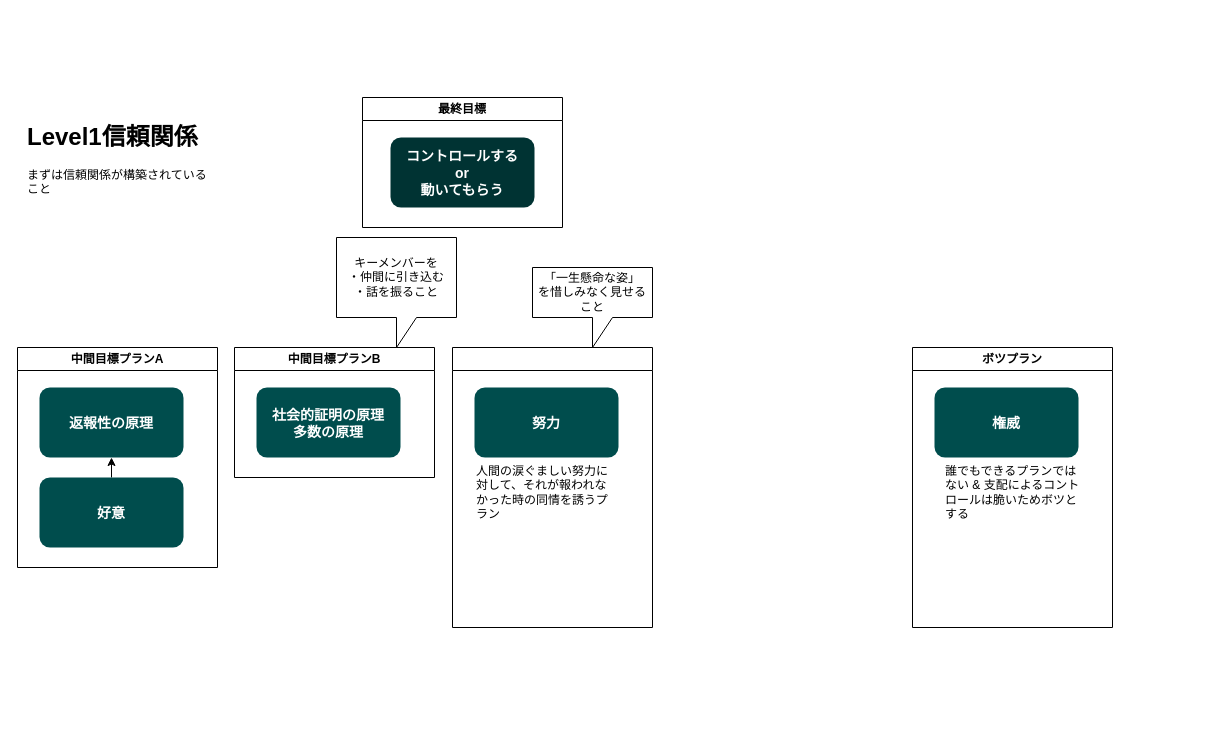
Earlier version of the draw.io diagram examples/SRE.drawio (minegishirei/psy_drawio). Source tidied: cells renumbered, new cells numbered last; positions are measured from the earlier drawing's top-left corner, leaving out a move shared by most shapes. Both pictures are drawn from the tidied source at 100%, with x=0, y=0 at pixel (17, 97).
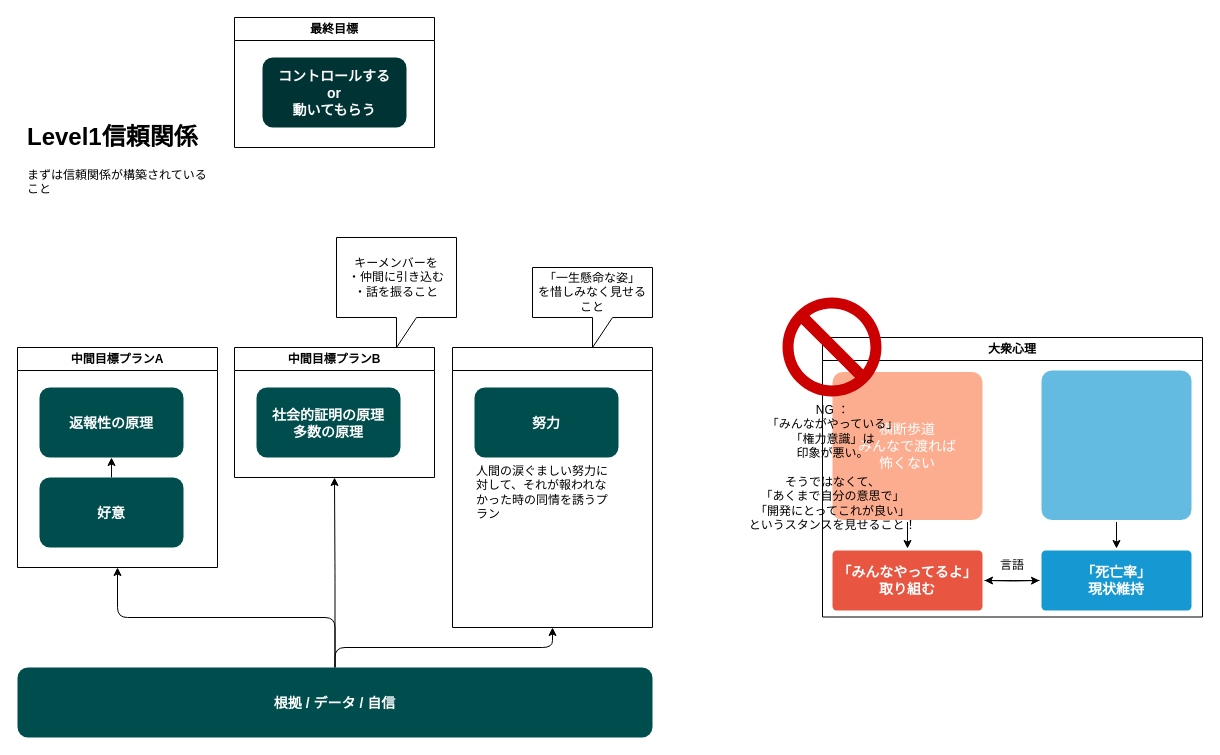
Above is the later version.

Unchanged cells that the change refers to:
```xml
<mxCell id="5" value="中間目標プランA" style="swimlane;whiteSpace=wrap;html=1;fillColor=#FFFFFF;" parent="1" vertex="1">
  <mxGeometry y="250" width="200" height="220" as="geometry" />
</mxCell>
<mxCell id="9" value="中間目標プランB" style="swimlane;whiteSpace=wrap;html=1;fillColor=#FFFFFF;" parent="1" vertex="1">
  <mxGeometry x="217" y="250" width="200" height="130" as="geometry" />
</mxCell>
<mxCell id="14" style="swimlane;whiteSpace=wrap;html=1;fillColor=#FFFFFF;" parent="1" vertex="1">
  <mxGeometry x="435" y="250" width="200" height="280" as="geometry" />
</mxCell>
```

The edit, as a diff of the source:
```diff
@@
     <mxCell id="3" value="最終目標" style="swimlane;whiteSpace=wrap;html=1;fillColor=#FFFFFF;" parent="1" vertex="1">
-      <mxGeometry x="345" width="200" height="130" as="geometry" />
+      <mxGeometry x="217" y="-80" width="200" height="130" as="geometry" />
     </mxCell>
@@
-    <mxCell id="11" value="ボツプラン" style="swimlane;whiteSpace=wrap;html=1;fillColor=#FFFFFF;" parent="1" vertex="1">
-      <mxGeometry x="895" y="250" width="200" height="280" as="geometry" />
-    </mxCell>
-    <mxCell id="12" value="権威" style="rounded=1;fillColor=#004D4D;strokeColor=none;shadow=0;gradientColor=none;fontStyle=1;fontColor=#FFFFFF;fontSize=14;" parent="11" vertex="1">
-      <mxGeometry x="22" y="40" width="144" height="70" as="geometry" />
-    </mxCell>
-    <mxCell id="13" value="誰でもできるプランではない &amp;amp; 支配によるコントロールは脆いためボツとする&lt;br&gt;" style="text;html=1;strokeColor=none;fillColor=none;align=left;verticalAlign=middle;whiteSpace=wrap;rounded=0;" parent="11" vertex="1">
-      <mxGeometry x="31" y="120" width="138" height="50" as="geometry" />
-    </mxCell>
@@
+    <mxCell id="19" value="大衆心理" style="swimlane;whiteSpace=wrap;html=1;" parent="1" vertex="1">
+      <mxGeometry x="805" y="240" width="380" height="279.5" as="geometry" />
+    </mxCell>
+    <mxCell id="20" style="edgeStyle=orthogonalEdgeStyle;rounded=0;jettySize=auto;html=1;" parent="19" edge="1" source="21">
+      <mxGeometry relative="1" as="geometry">
+        <mxPoint x="162" y="243" as="targetPoint" />
+      </mxGeometry>
+    </mxCell>
+    <mxCell id="21" value="「死亡率」&lt;br&gt;現状維持" style="rounded=1;whiteSpace=wrap;html=1;shadow=0;labelBackgroundColor=none;strokeColor=none;strokeWidth=3;fillColor=#1699d3;fontFamily=Helvetica;fontSize=14;fontColor=#FFFFFF;align=center;spacing=5;fontStyle=1;arcSize=7;perimeterSpacing=2;" parent="19" vertex="1">
+      <mxGeometry x="219" y="213" width="150" height="60" as="geometry" />
+    </mxCell>
+    <mxCell id="22" style="edgeStyle=orthogonalEdgeStyle;rounded=0;jettySize=auto;html=1;entryX=0;entryY=0.5;entryDx=0;entryDy=0;" parent="19" edge="1" target="21">
+      <mxGeometry relative="1" as="geometry">
+        <mxPoint x="162" y="243" as="sourcePoint" />
+      </mxGeometry>
+    </mxCell>
+    <mxCell id="23" style="edgeStyle=orthogonalEdgeStyle;rounded=0;jettySize=auto;html=1;entryX=0.5;entryY=0;entryDx=0;entryDy=0;" parent="19" edge="1" source="24" target="21">
+      <mxGeometry relative="1" as="geometry" />
+    </mxCell>
+    <mxCell id="24" style="rounded=1;whiteSpace=wrap;html=1;shadow=0;labelBackgroundColor=none;strokeColor=none;strokeWidth=3;fillColor=#64bbe2;fontFamily=Helvetica;fontSize=14;fontColor=#FFFFFF;align=center;spacing=5;arcSize=7;perimeterSpacing=2;" parent="19" vertex="1">
+      <mxGeometry x="219" y="33" width="150" height="149.5" as="geometry" />
+    </mxCell>
+    <mxCell id="25" value="言語" style="text;html=1;strokeColor=none;fillColor=none;align=center;verticalAlign=middle;whiteSpace=wrap;rounded=0;" parent="19" vertex="1">
+      <mxGeometry x="160" y="213" width="60" height="30" as="geometry" />
+    </mxCell>
+    <mxCell id="26" style="edgeStyle=orthogonalEdgeStyle;rounded=0;jettySize=auto;html=1;entryX=0.5;entryY=0;entryDx=0;entryDy=0;" parent="19" edge="1" source="27" target="28">
+      <mxGeometry relative="1" as="geometry" />
+    </mxCell>
+    <mxCell id="27" value="横断歩道&lt;br&gt;みんなで渡れば&lt;br&gt;怖くない" style="rounded=1;whiteSpace=wrap;html=1;shadow=0;labelBackgroundColor=none;strokeColor=none;strokeWidth=3;fillColor=#FCAD90;fontFamily=Helvetica;fontSize=14;fontColor=#FFFFFF;align=center;spacing=5;arcSize=7;perimeterSpacing=2;" parent="19" vertex="1">
+      <mxGeometry x="10" y="34.5" width="150" height="148" as="geometry" />
+    </mxCell>
+    <mxCell id="28" value="「みんなやってるよ」&lt;br&gt;取り組む" style="rounded=1;whiteSpace=wrap;html=1;shadow=0;labelBackgroundColor=none;strokeColor=none;strokeWidth=3;fillColor=#e85642;fontFamily=Helvetica;fontSize=14;fontColor=#FFFFFF;align=center;spacing=5;fontStyle=1;arcSize=7;perimeterSpacing=2;" parent="19" vertex="1">
+      <mxGeometry x="10" y="213" width="150" height="60" as="geometry" />
+    </mxCell>
+    <mxCell id="29" value="NG ：&lt;br&gt;「みんながやっている」&lt;br&gt;「権力意識」は&lt;br&gt;印象が悪い。&lt;br&gt;&lt;br&gt;そうではなくて、&lt;br&gt;「あくまで自分の意思で」&lt;br&gt;「開発にとってこれが良い」&lt;br&gt;というスタンスを見せること！" style="shape=mxgraph.signs.safety.no;html=1;fillColor=#CC0000;strokeColor=none;verticalLabelPosition=bottom;verticalAlign=top;align=center;" parent="1" vertex="1">
+      <mxGeometry x="765" y="200" width="99" height="99" as="geometry" />
+    </mxCell>
+    <mxCell id="30" style="edgeStyle=orthogonalEdgeStyle;html=1;entryX=0.5;entryY=1;entryDx=0;entryDy=0;" parent="1" edge="1" source="33" target="5">
+      <mxGeometry relative="1" as="geometry" />
+    </mxCell>
+    <mxCell id="31" style="edgeStyle=orthogonalEdgeStyle;html=1;entryX=0.5;entryY=1;entryDx=0;entryDy=0;" parent="1" edge="1" source="33" target="9">
+      <mxGeometry relative="1" as="geometry" />
+    </mxCell>
+    <mxCell id="32" style="edgeStyle=orthogonalEdgeStyle;html=1;entryX=0.5;entryY=1;entryDx=0;entryDy=0;" parent="1" edge="1" source="33" target="14">
+      <mxGeometry relative="1" as="geometry" />
+    </mxCell>
+    <mxCell id="33" value="根拠 / データ / 自信" style="rounded=1;fillColor=#004D4D;strokeColor=none;shadow=0;gradientColor=none;fontStyle=1;fontColor=#FFFFFF;fontSize=14;" parent="1" vertex="1">
+      <mxGeometry y="570" width="635" height="70" as="geometry" />
+    </mxCell>
```
